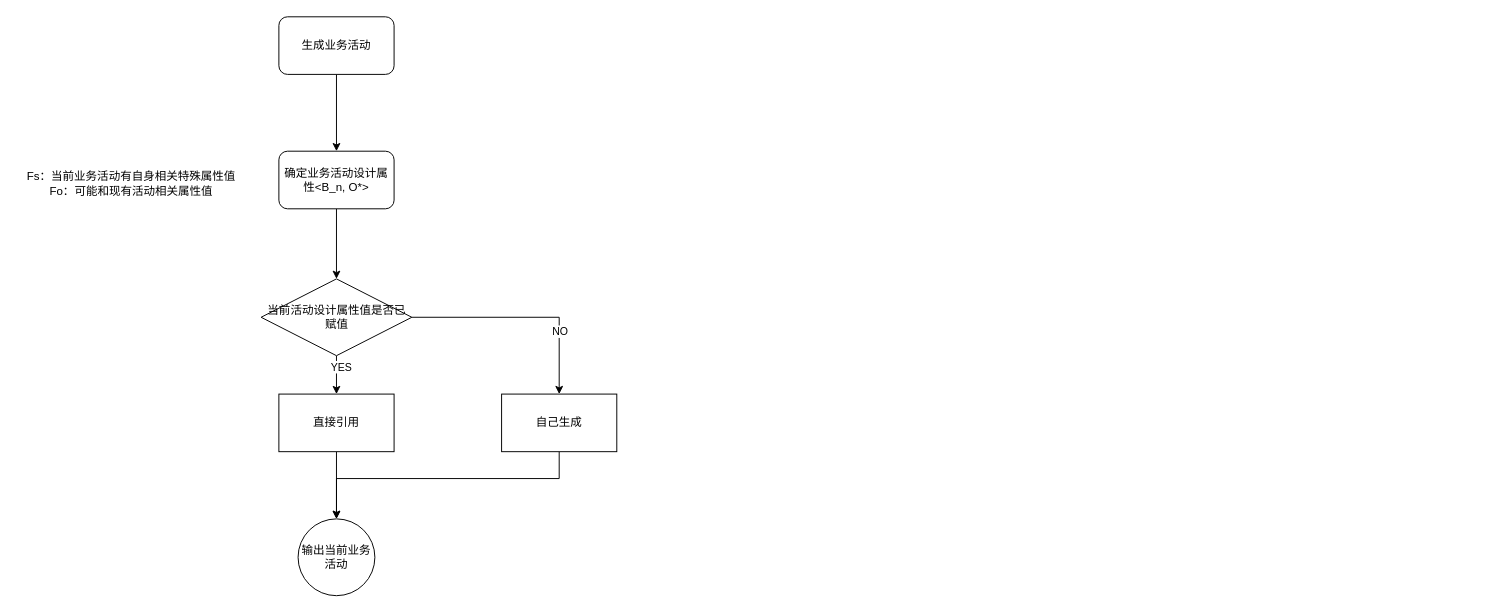
This is datagen.drawio from LiLiJacky/graphData, a draw.io file, before an edit. Source tidied: cells renumbered, new cells numbered last; positions are measured from the earlier drawing's top-left corner, leaving out a move shared by most shapes. Both pictures are drawn from the tidied source at 96%, with x=0, y=0 at pixel (16, 16).
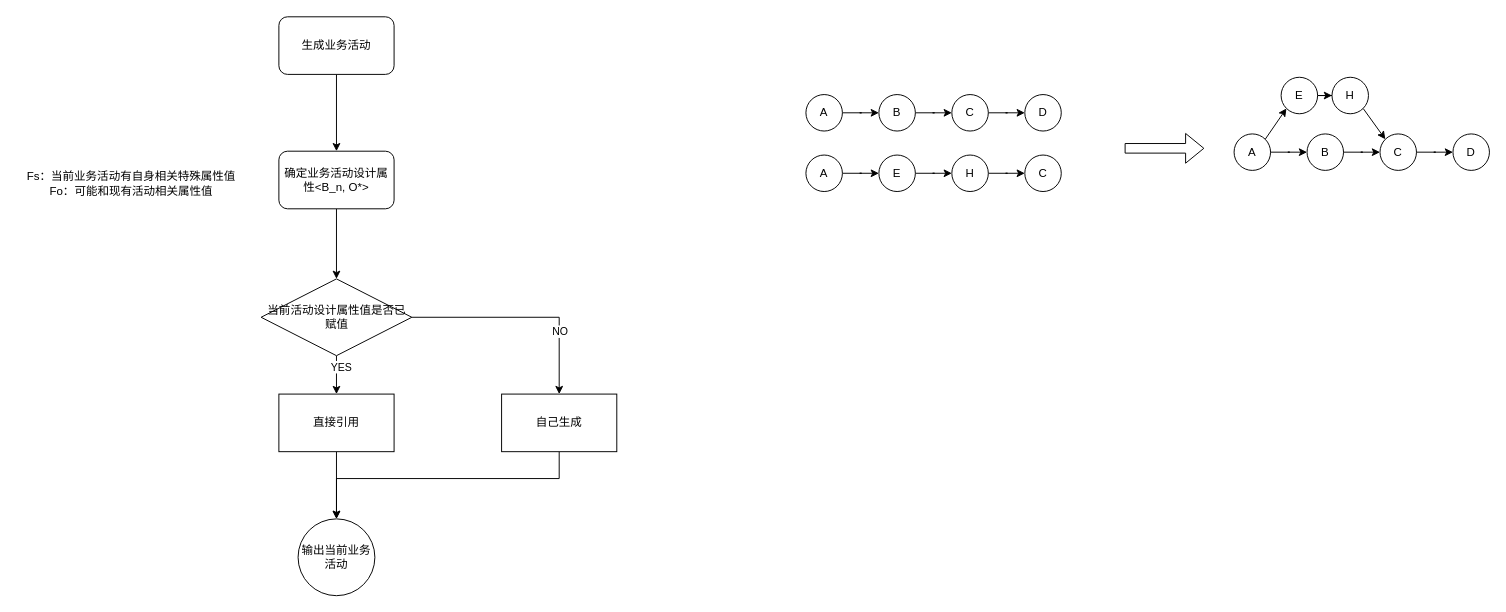
The same diagram, later.

Change to the diagram source:
```diff
@@
+    <mxCell id="17" style="edgeStyle=orthogonalEdgeStyle;rounded=0;jettySize=auto;html=1;" parent="1" edge="1" source="18" target="20">
+      <mxGeometry relative="1" as="geometry" />
+    </mxCell>
+    <mxCell id="18" value="A" style="ellipse;whiteSpace=wrap;html=1;" parent="1" vertex="1">
+      <mxGeometry x="822" y="81" width="38" height="38" as="geometry" />
+    </mxCell>
+    <mxCell id="19" style="edgeStyle=orthogonalEdgeStyle;rounded=0;jettySize=auto;html=1;" parent="1" edge="1" source="20" target="22">
+      <mxGeometry relative="1" as="geometry" />
+    </mxCell>
+    <mxCell id="20" value="B" style="ellipse;whiteSpace=wrap;html=1;" parent="1" vertex="1">
+      <mxGeometry x="898" y="81" width="38" height="38" as="geometry" />
+    </mxCell>
+    <mxCell id="21" style="edgeStyle=orthogonalEdgeStyle;rounded=0;jettySize=auto;html=1;" parent="1" edge="1" source="22" target="23">
+      <mxGeometry relative="1" as="geometry" />
+    </mxCell>
+    <mxCell id="22" value="C" style="ellipse;whiteSpace=wrap;html=1;" parent="1" vertex="1">
+      <mxGeometry x="974" y="81" width="38" height="38" as="geometry" />
+    </mxCell>
+    <mxCell id="23" value="D" style="ellipse;whiteSpace=wrap;html=1;" parent="1" vertex="1">
+      <mxGeometry x="1050" y="81" width="38" height="38" as="geometry" />
+    </mxCell>
+    <mxCell id="24" style="edgeStyle=orthogonalEdgeStyle;rounded=0;jettySize=auto;html=1;" parent="1" edge="1" source="25" target="27">
+      <mxGeometry relative="1" as="geometry" />
+    </mxCell>
+    <mxCell id="25" value="A" style="ellipse;whiteSpace=wrap;html=1;" parent="1" vertex="1">
+      <mxGeometry x="822" y="144" width="38" height="38" as="geometry" />
+    </mxCell>
+    <mxCell id="26" style="edgeStyle=orthogonalEdgeStyle;rounded=0;jettySize=auto;html=1;" parent="1" edge="1" source="27" target="29">
+      <mxGeometry relative="1" as="geometry" />
+    </mxCell>
+    <mxCell id="27" value="E" style="ellipse;whiteSpace=wrap;html=1;" parent="1" vertex="1">
+      <mxGeometry x="898" y="144" width="38" height="38" as="geometry" />
+    </mxCell>
+    <mxCell id="28" style="edgeStyle=orthogonalEdgeStyle;rounded=0;jettySize=auto;html=1;" parent="1" edge="1" source="29" target="30">
+      <mxGeometry relative="1" as="geometry" />
+    </mxCell>
+    <mxCell id="29" value="H" style="ellipse;whiteSpace=wrap;html=1;" parent="1" vertex="1">
+      <mxGeometry x="974" y="144" width="38" height="38" as="geometry" />
+    </mxCell>
+    <mxCell id="30" value="C" style="ellipse;whiteSpace=wrap;html=1;" parent="1" vertex="1">
+      <mxGeometry x="1050" y="144" width="38" height="38" as="geometry" />
+    </mxCell>
+    <mxCell id="31" style="shape=flexArrow;endArrow=classic;html=1;rounded=0;" parent="1" edge="1">
+      <mxGeometry relative="1" as="geometry">
+        <mxPoint x="1154" y="137" as="sourcePoint" />
+        <mxPoint x="1237" y="137" as="targetPoint" />
+      </mxGeometry>
+    </mxCell>
+    <mxCell id="32" style="edgeStyle=orthogonalEdgeStyle;rounded=0;jettySize=auto;html=1;" parent="1" edge="1" source="34" target="36">
+      <mxGeometry relative="1" as="geometry" />
+    </mxCell>
+    <mxCell id="33" style="rounded=0;jettySize=auto;html=1;exitX=1;exitY=0;exitDx=0;exitDy=0;entryX=0;entryY=1;entryDx=0;entryDy=0;" parent="1" edge="1" source="34" target="41">
+      <mxGeometry relative="1" as="geometry" />
+    </mxCell>
+    <mxCell id="34" value="A" style="ellipse;whiteSpace=wrap;html=1;" parent="1" vertex="1">
+      <mxGeometry x="1268" y="122" width="38" height="38" as="geometry" />
+    </mxCell>
+    <mxCell id="35" style="edgeStyle=orthogonalEdgeStyle;rounded=0;jettySize=auto;html=1;" parent="1" edge="1" source="36" target="38">
+      <mxGeometry relative="1" as="geometry" />
+    </mxCell>
+    <mxCell id="36" value="B" style="ellipse;whiteSpace=wrap;html=1;" parent="1" vertex="1">
+      <mxGeometry x="1344" y="122" width="38" height="38" as="geometry" />
+    </mxCell>
+    <mxCell id="37" style="edgeStyle=orthogonalEdgeStyle;rounded=0;jettySize=auto;html=1;" parent="1" edge="1" source="38" target="39">
+      <mxGeometry relative="1" as="geometry" />
+    </mxCell>
+    <mxCell id="38" value="C" style="ellipse;whiteSpace=wrap;html=1;" parent="1" vertex="1">
+      <mxGeometry x="1420" y="122" width="38" height="38" as="geometry" />
+    </mxCell>
+    <mxCell id="39" value="D" style="ellipse;whiteSpace=wrap;html=1;" parent="1" vertex="1">
+      <mxGeometry x="1496" y="122" width="38" height="38" as="geometry" />
+    </mxCell>
+    <mxCell id="40" style="edgeStyle=orthogonalEdgeStyle;rounded=0;jettySize=auto;html=1;" parent="1" edge="1" source="41" target="43">
+      <mxGeometry relative="1" as="geometry" />
+    </mxCell>
+    <mxCell id="41" value="E" style="ellipse;whiteSpace=wrap;html=1;" parent="1" vertex="1">
+      <mxGeometry x="1317" y="63" width="38" height="38" as="geometry" />
+    </mxCell>
+    <mxCell id="42" style="rounded=0;jettySize=auto;html=1;exitX=1;exitY=1;exitDx=0;exitDy=0;entryX=0;entryY=0;entryDx=0;entryDy=0;" parent="1" edge="1" source="43" target="38">
+      <mxGeometry relative="1" as="geometry" />
+    </mxCell>
+    <mxCell id="43" value="H" style="ellipse;whiteSpace=wrap;html=1;" parent="1" vertex="1">
+      <mxGeometry x="1370" y="63" width="38" height="38" as="geometry" />
+    </mxCell>
```
